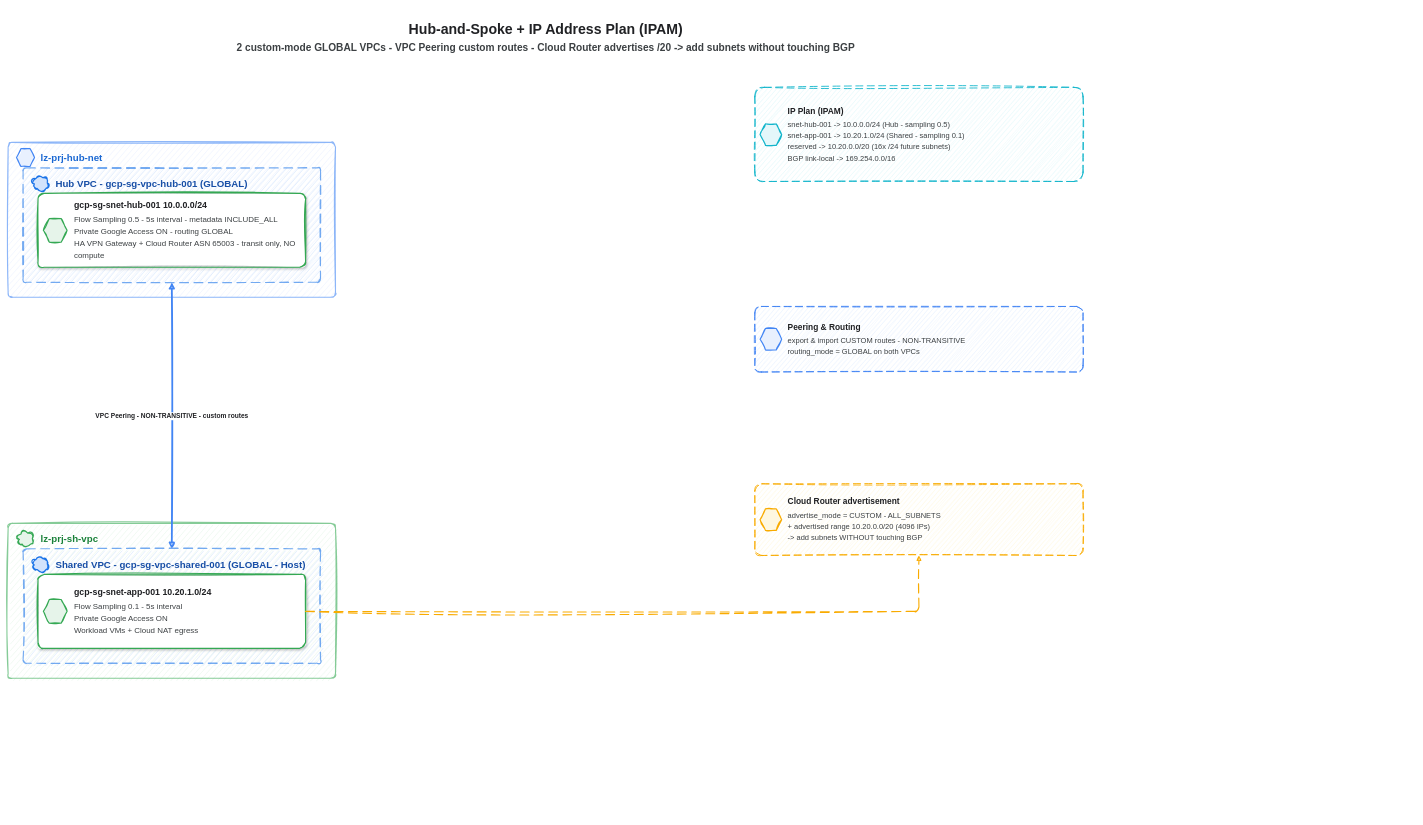
Before: page "4 - Hub-Spoke IPAM" (4 of 9) of docs/diagrams/drawio/landing-zone-architecture.drawio in sontxdev04/Landing-Zone-GCP, a draw.io diagram. Source tidied: cells renumbered, new cells numbered last; positions are measured from the earlier drawing's top-left corner, leaving out a move shared by most shapes. Both pictures are drawn from the tidied source at 44%, with x=0, y=0 at pixel (8, 8).
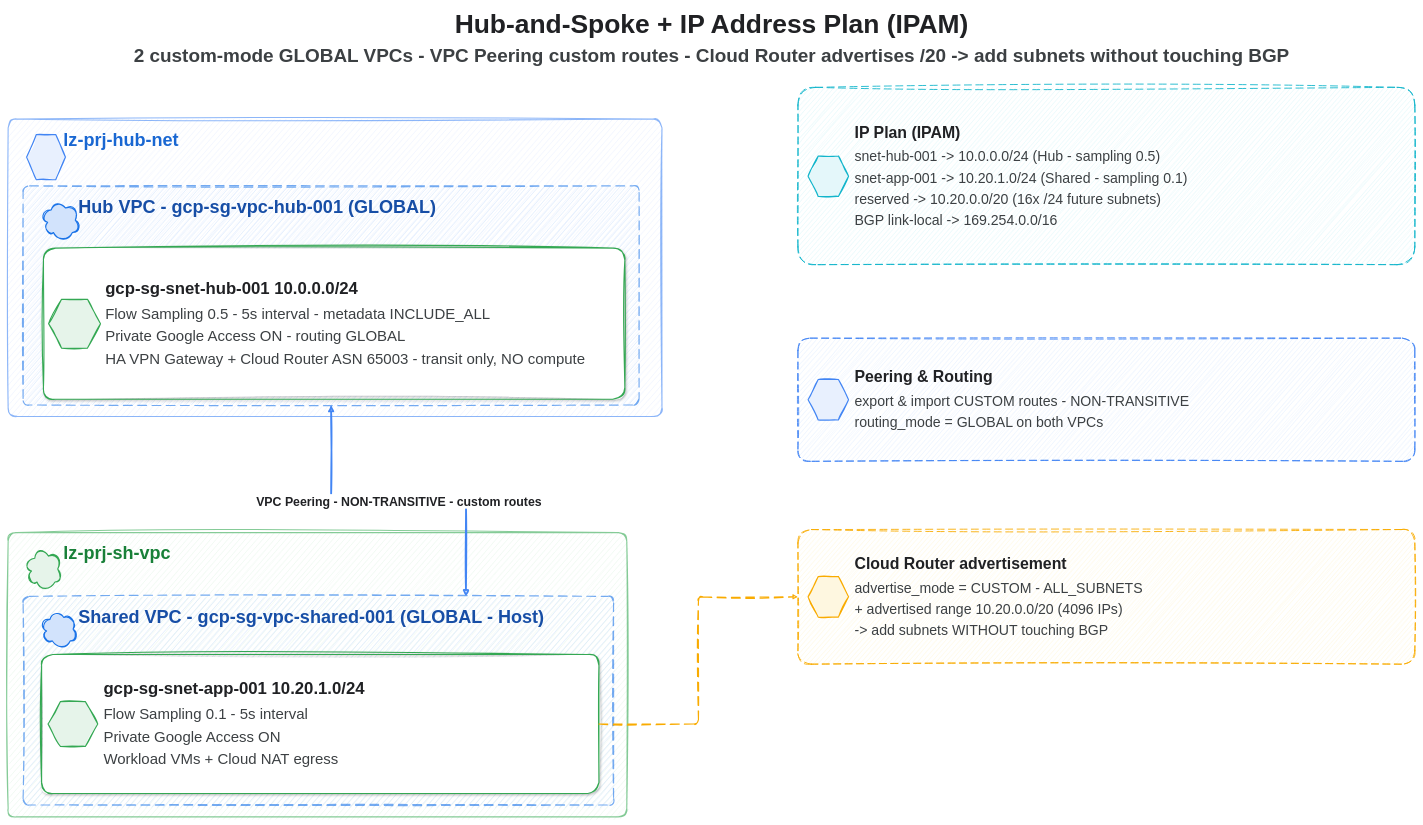
Above is the later version.

The edit, as a diff of the source:
```diff
@@
-    <mxCell id="2" value="&lt;div style=&quot;text-align:center&quot;&gt;&lt;span style=&quot;font-size:32px;color:#202124;font-family:Helvetica;font-weight:800&quot;&gt;Hub-and-Spoke + IP Address Plan (IPAM)&lt;/span&gt;&lt;div style=&quot;font-size:23px;color:#3C4043;font-family:Helvetica;font-weight:600;margin-top:10px&quot;&gt;2 custom-mode GLOBAL VPCs - VPC Peering custom routes - Cloud Router advertises /20 -&gt; add subnets without touching BGP&lt;/div&gt;&lt;/div&gt;" style="text;html=1;strokeColor=none;fillColor=none;align=center;verticalAlign=middle;whiteSpace=wrap;" parent="1" vertex="1">
-      <mxGeometry width="2444" height="132" as="geometry" />
+    <mxCell id="2" value="&lt;div style=&quot;text-align:center&quot;&gt;&lt;span style=&quot;font-size:60px;color:#202124;font-family:Helvetica;font-weight:800&quot;&gt;Hub-and-Spoke + IP Address Plan (IPAM)&lt;/span&gt;&lt;div style=&quot;font-size:43px;color:#3C4043;font-family:Helvetica;font-weight:600;margin-top:10px&quot;&gt;2 custom-mode GLOBAL VPCs - VPC Peering custom routes - Cloud Router advertises /20 -&gt; add subnets without touching BGP&lt;/div&gt;&lt;/div&gt;" style="text;html=1;strokeColor=none;fillColor=none;align=center;verticalAlign=middle;whiteSpace=wrap;" parent="1" vertex="1">
+      <mxGeometry width="3198" height="132" as="geometry" />
     </mxCell>
-    <mxCell id="3" value="&lt;b style=&quot;font-size:22px;color:#1967D2;font-family:Helvetica;font-weight:800&quot;&gt;lz-prj-hub-net&lt;/b&gt;" style="sketch=1;curveFitting=1;jiggle=2;rounded=1;whiteSpace=wrap;html=1;fillColor=#E8F0FE;strokeColor=#4285F4;strokeWidth=2.5;arcSize=3;fontFamily=Helvetica;verticalAlign=top;align=left;spacingLeft=72;spacingTop=16;dashed=0;opacity=60;" parent="1" vertex="1">
-      <mxGeometry y="305" width="744" height="352" as="geometry" />
+    <mxCell id="3" value="&lt;b style=&quot;font-size:41px;color:#1967D2;font-family:Helvetica;font-weight:800&quot;&gt;lz-prj-hub-net&lt;/b&gt;" style="sketch=1;curveFitting=1;jiggle=2;rounded=1;whiteSpace=wrap;html=1;fillColor=#E8F0FE;strokeColor=#4285F4;strokeWidth=2.5;arcSize=3;fontFamily=Helvetica;verticalAlign=top;align=left;spacingLeft=124;spacingTop=16;dashed=0;opacity=60;" parent="1" vertex="1">
+      <mxGeometry y="252" width="1486" height="676" as="geometry" />
     </mxCell>
     <mxCell id="4" style="sketch=1;curveFitting=1;jiggle=2;html=1;shape=hexagon;fillColor=#E8F0FE;fillStyle=solid;strokeColor=#4285F4;strokeWidth=2.5;" parent="3" vertex="1">
-      <mxGeometry x="19" y="14" width="41" height="41" as="geometry" />
+      <mxGeometry x="41.9" y="35.2" width="88.4" height="102.8" as="geometry" />
     </mxCell>
-    <mxCell id="5" value="&lt;b style=&quot;font-size:22px;color:#174EA6;font-family:Helvetica;font-weight:800&quot;&gt;Hub VPC - gcp-sg-vpc-hub-001 (GLOBAL)&lt;/b&gt;" style="sketch=1;curveFitting=1;jiggle=2;rounded=1;whiteSpace=wrap;html=1;fillColor=#D2E3FC;strokeColor=#1A73E8;strokeWidth=2.5;arcSize=3;fontFamily=Helvetica;verticalAlign=top;align=left;spacingLeft=72;spacingTop=16;dashed=1;dashPattern=8 5;opacity=60;" parent="1" vertex="1">
-      <mxGeometry x="34" y="363" width="676" height="260" as="geometry" />
+    <mxCell id="5" value="&lt;b style=&quot;font-size:41px;color:#174EA6;font-family:Helvetica;font-weight:800&quot;&gt;Hub VPC - gcp-sg-vpc-hub-001 (GLOBAL)&lt;/b&gt;" style="sketch=1;curveFitting=1;jiggle=2;rounded=1;whiteSpace=wrap;html=1;fillColor=#D2E3FC;strokeColor=#1A73E8;strokeWidth=2.5;arcSize=3;fontFamily=Helvetica;verticalAlign=top;align=left;spacingLeft=124;spacingTop=16;dashed=1;dashPattern=8 5;opacity=60;" parent="1" vertex="1">
+      <mxGeometry x="34" y="404" width="1400" height="498" as="geometry" />
     </mxCell>
     <mxCell id="6" style="sketch=1;curveFitting=1;jiggle=2;html=1;shape=cloud;fillColor=#D2E3FC;fillStyle=solid;strokeColor=#1A73E8;strokeWidth=2.5;" parent="5" vertex="1">
-      <mxGeometry x="19" y="14" width="41" height="41" as="geometry" />
+      <mxGeometry x="41.7" y="31.7" width="87.9" height="92.8" as="geometry" />
     </mxCell>
-    <mxCell id="7" value="&lt;b style=&quot;font-size:20px;color:#202124;font-family:Helvetica;font-weight:800;line-height:1.35&quot;&gt;gcp-sg-snet-hub-001  10.0.0.0/24&lt;/b&gt;&lt;div style=&quot;font-size:18px;color:#3C4043;font-family:Helvetica;line-height:1.5;margin-top:6px&quot;&gt;Flow Sampling 0.5 - 5s interval - metadata INCLUDE_ALL&lt;br/&gt;Private Google Access ON - routing GLOBAL&lt;br/&gt;HA VPN Gateway + Cloud Router ASN 65003 - transit only, NO compute&lt;/div&gt;" style="sketch=1;curveFitting=1;jiggle=2;rounded=1;whiteSpace=wrap;html=1;fillColor=#FFFFFF;strokeColor=#34A853;strokeWidth=2.5;shadow=1;arcSize=8;fontFamily=Helvetica;verticalAlign=middle;align=left;spacingLeft=80;spacingRight=12;spacingTop=6;spacingBottom=6;" parent="1" vertex="1">
-      <mxGeometry x="68" y="421" width="608" height="168" as="geometry" />
+    <mxCell id="7" value="&lt;b style=&quot;font-size:38px;color:#202124;font-family:Helvetica;font-weight:800;line-height:1.35&quot;&gt;gcp-sg-snet-hub-001  10.0.0.0/24&lt;/b&gt;&lt;div style=&quot;font-size:34px;color:#3C4043;font-family:Helvetica;line-height:1.5;margin-top:6px&quot;&gt;Flow Sampling 0.5 - 5s interval - metadata INCLUDE_ALL&lt;br/&gt;Private Google Access ON - routing GLOBAL&lt;br/&gt;HA VPN Gateway + Cloud Router ASN 65003 - transit only, NO compute&lt;/div&gt;" style="sketch=1;curveFitting=1;jiggle=2;rounded=1;whiteSpace=wrap;html=1;fillColor=#FFFFFF;strokeColor=#34A853;strokeWidth=2.5;shadow=1;arcSize=8;fontFamily=Helvetica;verticalAlign=middle;align=left;spacingLeft=139;spacingRight=12;spacingTop=6;spacingBottom=6;" parent="5" vertex="1">
+      <mxGeometry x="46.3" y="141.4" width="1321.3" height="343.6" as="geometry" />
     </mxCell>
     <mxCell id="8" style="sketch=1;curveFitting=1;jiggle=2;html=1;shape=hexagon;fillColor=#E6F4EA;fillStyle=solid;strokeColor=#34A853;strokeWidth=2.5;" parent="7" vertex="1">
-      <mxGeometry x="12" y="57" width="54" height="54" as="geometry" />
+      <mxGeometry x="11.6" y="116.3" width="118" height="110.9" as="geometry" />
     </mxCell>
-    <mxCell id="9" value="&lt;b style=&quot;font-size:22px;color:#188038;font-family:Helvetica;font-weight:800&quot;&gt;lz-prj-sh-vpc&lt;/b&gt;" style="sketch=1;curveFitting=1;jiggle=2;rounded=1;whiteSpace=wrap;html=1;fillColor=#E6F4EA;strokeColor=#34A853;strokeWidth=2.5;arcSize=3;fontFamily=Helvetica;verticalAlign=top;align=left;spacingLeft=72;spacingTop=16;dashed=0;opacity=60;" parent="1" vertex="1">
-      <mxGeometry y="1171" width="744" height="352" as="geometry" />
+    <mxCell id="9" value="&lt;b style=&quot;font-size:41px;color:#188038;font-family:Helvetica;font-weight:800&quot;&gt;lz-prj-sh-vpc&lt;/b&gt;" style="sketch=1;curveFitting=1;jiggle=2;rounded=1;whiteSpace=wrap;html=1;fillColor=#E6F4EA;strokeColor=#34A853;strokeWidth=2.5;arcSize=3;fontFamily=Helvetica;verticalAlign=top;align=left;spacingLeft=124;spacingTop=16;dashed=0;opacity=60;" parent="1" vertex="1">
+      <mxGeometry y="1192" width="1406" height="646" as="geometry" />
     </mxCell>
     <mxCell id="10" style="sketch=1;curveFitting=1;jiggle=2;html=1;shape=cloud;fillColor=#E6F4EA;fillStyle=solid;strokeColor=#34A853;strokeWidth=2.5;" parent="9" vertex="1">
-      <mxGeometry x="19" y="14" width="41" height="41" as="geometry" />
+      <mxGeometry x="39.6" y="33.6" width="83.6" height="98.2" as="geometry" />
     </mxCell>
-    <mxCell id="11" value="&lt;b style=&quot;font-size:22px;color:#174EA6;font-family:Helvetica;font-weight:800&quot;&gt;Shared VPC - gcp-sg-vpc-shared-001 (GLOBAL - Host)&lt;/b&gt;" style="sketch=1;curveFitting=1;jiggle=2;rounded=1;whiteSpace=wrap;html=1;fillColor=#D2E3FC;strokeColor=#1A73E8;strokeWidth=2.5;arcSize=3;fontFamily=Helvetica;verticalAlign=top;align=left;spacingLeft=72;spacingTop=16;dashed=1;dashPattern=8 5;opacity=60;" parent="1" vertex="1">
-      <mxGeometry x="34" y="1229" width="676" height="260" as="geometry" />
+    <mxCell id="11" value="&lt;b style=&quot;font-size:41px;color:#174EA6;font-family:Helvetica;font-weight:800&quot;&gt;Shared VPC - gcp-sg-vpc-shared-001 (GLOBAL - Host)&lt;/b&gt;" style="sketch=1;curveFitting=1;jiggle=2;rounded=1;whiteSpace=wrap;html=1;fillColor=#D2E3FC;strokeColor=#1A73E8;strokeWidth=2.5;arcSize=3;fontFamily=Helvetica;verticalAlign=top;align=left;spacingLeft=124;spacingTop=16;dashed=1;dashPattern=8 5;opacity=60;" parent="1" vertex="1">
+      <mxGeometry x="34" y="1337" width="1342" height="474" as="geometry" />
     </mxCell>
     <mxCell id="12" style="sketch=1;curveFitting=1;jiggle=2;html=1;shape=cloud;fillColor=#D2E3FC;fillStyle=solid;strokeColor=#1A73E8;strokeWidth=2.5;" parent="11" vertex="1">
-      <mxGeometry x="19" y="14" width="41" height="41" as="geometry" />
+      <mxGeometry x="39.9" y="30.2" width="84.3" height="88.3" as="geometry" />
     </mxCell>
-    <mxCell id="13" value="&lt;b style=&quot;font-size:20px;color:#202124;font-family:Helvetica;font-weight:800;line-height:1.35&quot;&gt;gcp-sg-snet-app-001  10.20.1.0/24&lt;/b&gt;&lt;div style=&quot;font-size:18px;color:#3C4043;font-family:Helvetica;line-height:1.5;margin-top:6px&quot;&gt;Flow Sampling 0.1 - 5s interval&lt;br/&gt;Private Google Access ON&lt;br/&gt;Workload VMs + Cloud NAT egress&lt;/div&gt;" style="sketch=1;curveFitting=1;jiggle=2;rounded=1;whiteSpace=wrap;html=1;fillColor=#FFFFFF;strokeColor=#34A853;strokeWidth=2.5;shadow=1;arcSize=8;fontFamily=Helvetica;verticalAlign=middle;align=left;spacingLeft=80;spacingRight=12;spacingTop=6;spacingBottom=6;" parent="1" vertex="1">
-      <mxGeometry x="68" y="1287" width="608" height="168" as="geometry" />
+    <mxCell id="13" value="&lt;b style=&quot;font-size:38px;color:#202124;font-family:Helvetica;font-weight:800;line-height:1.35&quot;&gt;gcp-sg-snet-app-001  10.20.1.0/24&lt;/b&gt;&lt;div style=&quot;font-size:34px;color:#3C4043;font-family:Helvetica;line-height:1.5;margin-top:6px&quot;&gt;Flow Sampling 0.1 - 5s interval&lt;br/&gt;Private Google Access ON&lt;br/&gt;Workload VMs + Cloud NAT egress&lt;/div&gt;" style="sketch=1;curveFitting=1;jiggle=2;rounded=1;whiteSpace=wrap;html=1;fillColor=#FFFFFF;strokeColor=#34A853;strokeWidth=2.5;shadow=1;arcSize=8;fontFamily=Helvetica;verticalAlign=middle;align=left;spacingLeft=139;spacingRight=12;spacingTop=6;spacingBottom=6;" parent="11" vertex="1">
+      <mxGeometry x="42.1" y="132" width="1266.6" height="316" as="geometry" />
     </mxCell>
     <mxCell id="14" style="sketch=1;curveFitting=1;jiggle=2;html=1;shape=hexagon;fillColor=#E6F4EA;fillStyle=solid;strokeColor=#34A853;strokeWidth=2.5;" parent="13" vertex="1">
-      <mxGeometry x="12" y="57" width="54" height="54" as="geometry" />
+      <mxGeometry x="14.5" y="107" width="113.1" height="102" as="geometry" />
     </mxCell>
-    <mxCell id="15" value="&lt;b style=&quot;font-size:19px;color:#202124;font-family:Helvetica;font-weight:800;line-height:1.35&quot;&gt;IP Plan (IPAM)&lt;/b&gt;&lt;div style=&quot;font-size:17px;color:#3C4043;font-family:Helvetica;line-height:1.5;margin-top:6px&quot;&gt;snet-hub-001 -&gt; 10.0.0.0/24   (Hub - sampling 0.5)&lt;br/&gt;snet-app-001 -&gt; 10.20.1.0/24  (Shared - sampling 0.1)&lt;br/&gt;reserved     -&gt; 10.20.0.0/20  (16x /24 future subnets)&lt;br/&gt;BGP link-local -&gt; 169.254.0.0/16&lt;/div&gt;" style="sketch=1;curveFitting=1;jiggle=2;rounded=1;whiteSpace=wrap;html=1;fillColor=#E4F7FA;strokeColor=#12B5CB;strokeWidth=2;arcSize=10;shadow=0;fontFamily=Helvetica;verticalAlign=middle;align=left;dashed=1;dashPattern=8 5;spacingLeft=73;spacingRight=12;" parent="1" vertex="1">
-      <mxGeometry x="1697" y="180" width="746" height="214" as="geometry" />
+    <mxCell id="15" value="&lt;b style=&quot;font-size:36px;color:#202124;font-family:Helvetica;font-weight:800;line-height:1.35&quot;&gt;IP Plan (IPAM)&lt;/b&gt;&lt;div style=&quot;font-size:32px;color:#3C4043;font-family:Helvetica;line-height:1.5;margin-top:6px&quot;&gt;snet-hub-001 -&gt; 10.0.0.0/24   (Hub - sampling 0.5)&lt;br/&gt;snet-app-001 -&gt; 10.20.1.0/24  (Shared - sampling 0.1)&lt;br/&gt;reserved     -&gt; 10.20.0.0/20  (16x /24 future subnets)&lt;br/&gt;BGP link-local -&gt; 169.254.0.0/16&lt;/div&gt;" style="sketch=1;curveFitting=1;jiggle=2;rounded=1;whiteSpace=wrap;html=1;fillColor=#E4F7FA;strokeColor=#12B5CB;strokeWidth=2;arcSize=10;shadow=0;fontFamily=Helvetica;verticalAlign=middle;align=left;dashed=1;dashPattern=8 5;spacingLeft=127;spacingRight=12;" parent="1" vertex="1">
+      <mxGeometry x="1795" y="180" width="1402" height="403" as="geometry" />
     </mxCell>
     <mxCell id="16" style="sketch=1;curveFitting=1;jiggle=2;html=1;shape=hexagon;fillColor=#E4F7FA;fillStyle=solid;strokeColor=#12B5CB;strokeWidth=2.5;" parent="15" vertex="1">
-      <mxGeometry x="12" y="83" width="49" height="49" as="geometry" />
+      <mxGeometry x="23" y="156" width="92" height="92" as="geometry" />
     </mxCell>
-    <mxCell id="17" value="&lt;b style=&quot;font-size:19px;color:#202124;font-family:Helvetica;font-weight:800;line-height:1.35&quot;&gt;Peering &amp; Routing&lt;/b&gt;&lt;div style=&quot;font-size:17px;color:#3C4043;font-family:Helvetica;line-height:1.5;margin-top:6px&quot;&gt;export &amp; import CUSTOM routes - NON-TRANSITIVE&lt;br/&gt;routing_mode = GLOBAL on both VPCs&lt;/div&gt;" style="sketch=1;curveFitting=1;jiggle=2;rounded=1;whiteSpace=wrap;html=1;fillColor=#E8F0FE;strokeColor=#4285F4;strokeWidth=2;arcSize=10;shadow=0;fontFamily=Helvetica;verticalAlign=middle;align=left;dashed=1;dashPattern=8 5;spacingLeft=73;spacingRight=12;" parent="1" vertex="1">
-      <mxGeometry x="1697" y="678" width="746" height="149" as="geometry" />
+    <mxCell id="17" value="&lt;b style=&quot;font-size:36px;color:#202124;font-family:Helvetica;font-weight:800;line-height:1.35&quot;&gt;Peering &amp; Routing&lt;/b&gt;&lt;div style=&quot;font-size:32px;color:#3C4043;font-family:Helvetica;line-height:1.5;margin-top:6px&quot;&gt;export &amp; import CUSTOM routes - NON-TRANSITIVE&lt;br/&gt;routing_mode = GLOBAL on both VPCs&lt;/div&gt;" style="sketch=1;curveFitting=1;jiggle=2;rounded=1;whiteSpace=wrap;html=1;fillColor=#E8F0FE;strokeColor=#4285F4;strokeWidth=2;arcSize=10;shadow=0;fontFamily=Helvetica;verticalAlign=middle;align=left;dashed=1;dashPattern=8 5;spacingLeft=127;spacingRight=12;" parent="1" vertex="1">
+      <mxGeometry x="1795" y="750" width="1402" height="280" as="geometry" />
     </mxCell>
     <mxCell id="18" style="sketch=1;curveFitting=1;jiggle=2;html=1;shape=hexagon;fillColor=#E8F0FE;fillStyle=solid;strokeColor=#4285F4;strokeWidth=2.5;" parent="17" vertex="1">
-      <mxGeometry x="12" y="50" width="49" height="49" as="geometry" />
+      <mxGeometry x="23" y="94" width="92" height="92" as="geometry" />
     </mxCell>
-    <mxCell id="19" value="&lt;b style=&quot;font-size:19px;color:#202124;font-family:Helvetica;font-weight:800;line-height:1.35&quot;&gt;Cloud Router advertisement&lt;/b&gt;&lt;div style=&quot;font-size:17px;color:#3C4043;font-family:Helvetica;line-height:1.5;margin-top:6px&quot;&gt;advertise_mode = CUSTOM - ALL_SUBNETS&lt;br/&gt;+ advertised range 10.20.0.0/20 (4096 IPs)&lt;br/&gt;-&gt; add subnets WITHOUT touching BGP&lt;/div&gt;" style="sketch=1;curveFitting=1;jiggle=2;rounded=1;whiteSpace=wrap;html=1;fillColor=#FEF7E0;strokeColor=#F9AB00;strokeWidth=2;arcSize=10;shadow=0;fontFamily=Helvetica;verticalAlign=middle;align=left;dashed=1;dashPattern=8 5;spacingLeft=73;spacingRight=12;" parent="1" vertex="1">
-      <mxGeometry x="1697" y="1081" width="746" height="163" as="geometry" />
+    <mxCell id="19" value="&lt;b style=&quot;font-size:36px;color:#202124;font-family:Helvetica;font-weight:800;line-height:1.35&quot;&gt;Cloud Router advertisement&lt;/b&gt;&lt;div style=&quot;font-size:32px;color:#3C4043;font-family:Helvetica;line-height:1.5;margin-top:6px&quot;&gt;advertise_mode = CUSTOM - ALL_SUBNETS&lt;br/&gt;+ advertised range 10.20.0.0/20 (4096 IPs)&lt;br/&gt;-&gt; add subnets WITHOUT touching BGP&lt;/div&gt;" style="sketch=1;curveFitting=1;jiggle=2;rounded=1;whiteSpace=wrap;html=1;fillColor=#FEF7E0;strokeColor=#F9AB00;strokeWidth=2;arcSize=10;shadow=0;fontFamily=Helvetica;verticalAlign=middle;align=left;dashed=1;dashPattern=8 5;spacingLeft=127;spacingRight=12;" parent="1" vertex="1">
+      <mxGeometry x="1795" y="1185" width="1402" height="306" as="geometry" />
     </mxCell>
     <mxCell id="20" style="sketch=1;curveFitting=1;jiggle=2;html=1;shape=hexagon;fillColor=#FEF7E0;fillStyle=solid;strokeColor=#F9AB00;strokeWidth=2.5;" parent="19" vertex="1">
-      <mxGeometry x="12" y="57" width="49" height="49" as="geometry" />
+      <mxGeometry x="23" y="107" width="92" height="92" as="geometry" />
     </mxCell>
-    <mxCell id="21" value="&lt;span style=&quot;font-family:Helvetica;font-size:15px;font-weight:700;color:#202124&quot;&gt;VPC Peering - NON-TRANSITIVE - custom routes&lt;/span&gt;" style="sketch=1;curveFitting=1;jiggle=2;edgeStyle=orthogonalEdgeStyle;rounded=1;html=1;jettySize=auto;strokeColor=#4285F4;strokeWidth=4;fontColor=#202124;fontFamily=Helvetica;fontSize=15;fontStyle=1;endArrow=block;endFill=1;labelBackgroundColor=#FFFFFF;spacingTop=2;startArrow=block;startFill=1;" parent="1" edge="1" source="5" target="11">
+    <mxCell id="21" value="&lt;span style=&quot;font-family:Helvetica;font-size:28px;font-weight:700;color:#202124&quot;&gt;VPC Peering - NON-TRANSITIVE - custom routes&lt;/span&gt;" style="sketch=1;curveFitting=1;jiggle=2;edgeStyle=orthogonalEdgeStyle;rounded=1;html=1;jettySize=auto;strokeColor=#4285F4;strokeWidth=4;fontColor=#202124;fontFamily=Helvetica;fontSize=28;fontStyle=1;endArrow=block;endFill=1;labelBackgroundColor=#FFFFFF;spacingTop=2;startArrow=block;startFill=1;entryX=0.75;entryY=0;entryDx=0;entryDy=0;" parent="1" edge="1" source="5" target="11">
       <mxGeometry relative="1" as="geometry" />
     </mxCell>
-    <mxCell id="22" style="sketch=1;curveFitting=1;jiggle=2;edgeStyle=orthogonalEdgeStyle;rounded=1;html=1;jettySize=auto;strokeColor=#F9AB00;strokeWidth=2.5;fontColor=#202124;fontFamily=Helvetica;fontSize=15;fontStyle=1;endArrow=block;endFill=1;labelBackgroundColor=#FFFFFF;spacingTop=2;dashed=1;dashPattern=8 5;" parent="1" edge="1" source="13" target="19">
+    <mxCell id="22" style="sketch=1;curveFitting=1;jiggle=2;edgeStyle=orthogonalEdgeStyle;rounded=1;html=1;jettySize=auto;strokeColor=#F9AB00;strokeWidth=2.5;fontColor=#202124;fontFamily=Helvetica;fontSize=28;fontStyle=1;endArrow=block;endFill=1;labelBackgroundColor=#FFFFFF;spacingTop=2;dashed=1;dashPattern=8 5;" parent="1" edge="1" source="13" target="19">
       <mxGeometry relative="1" as="geometry" />
     </mxCell>
```
